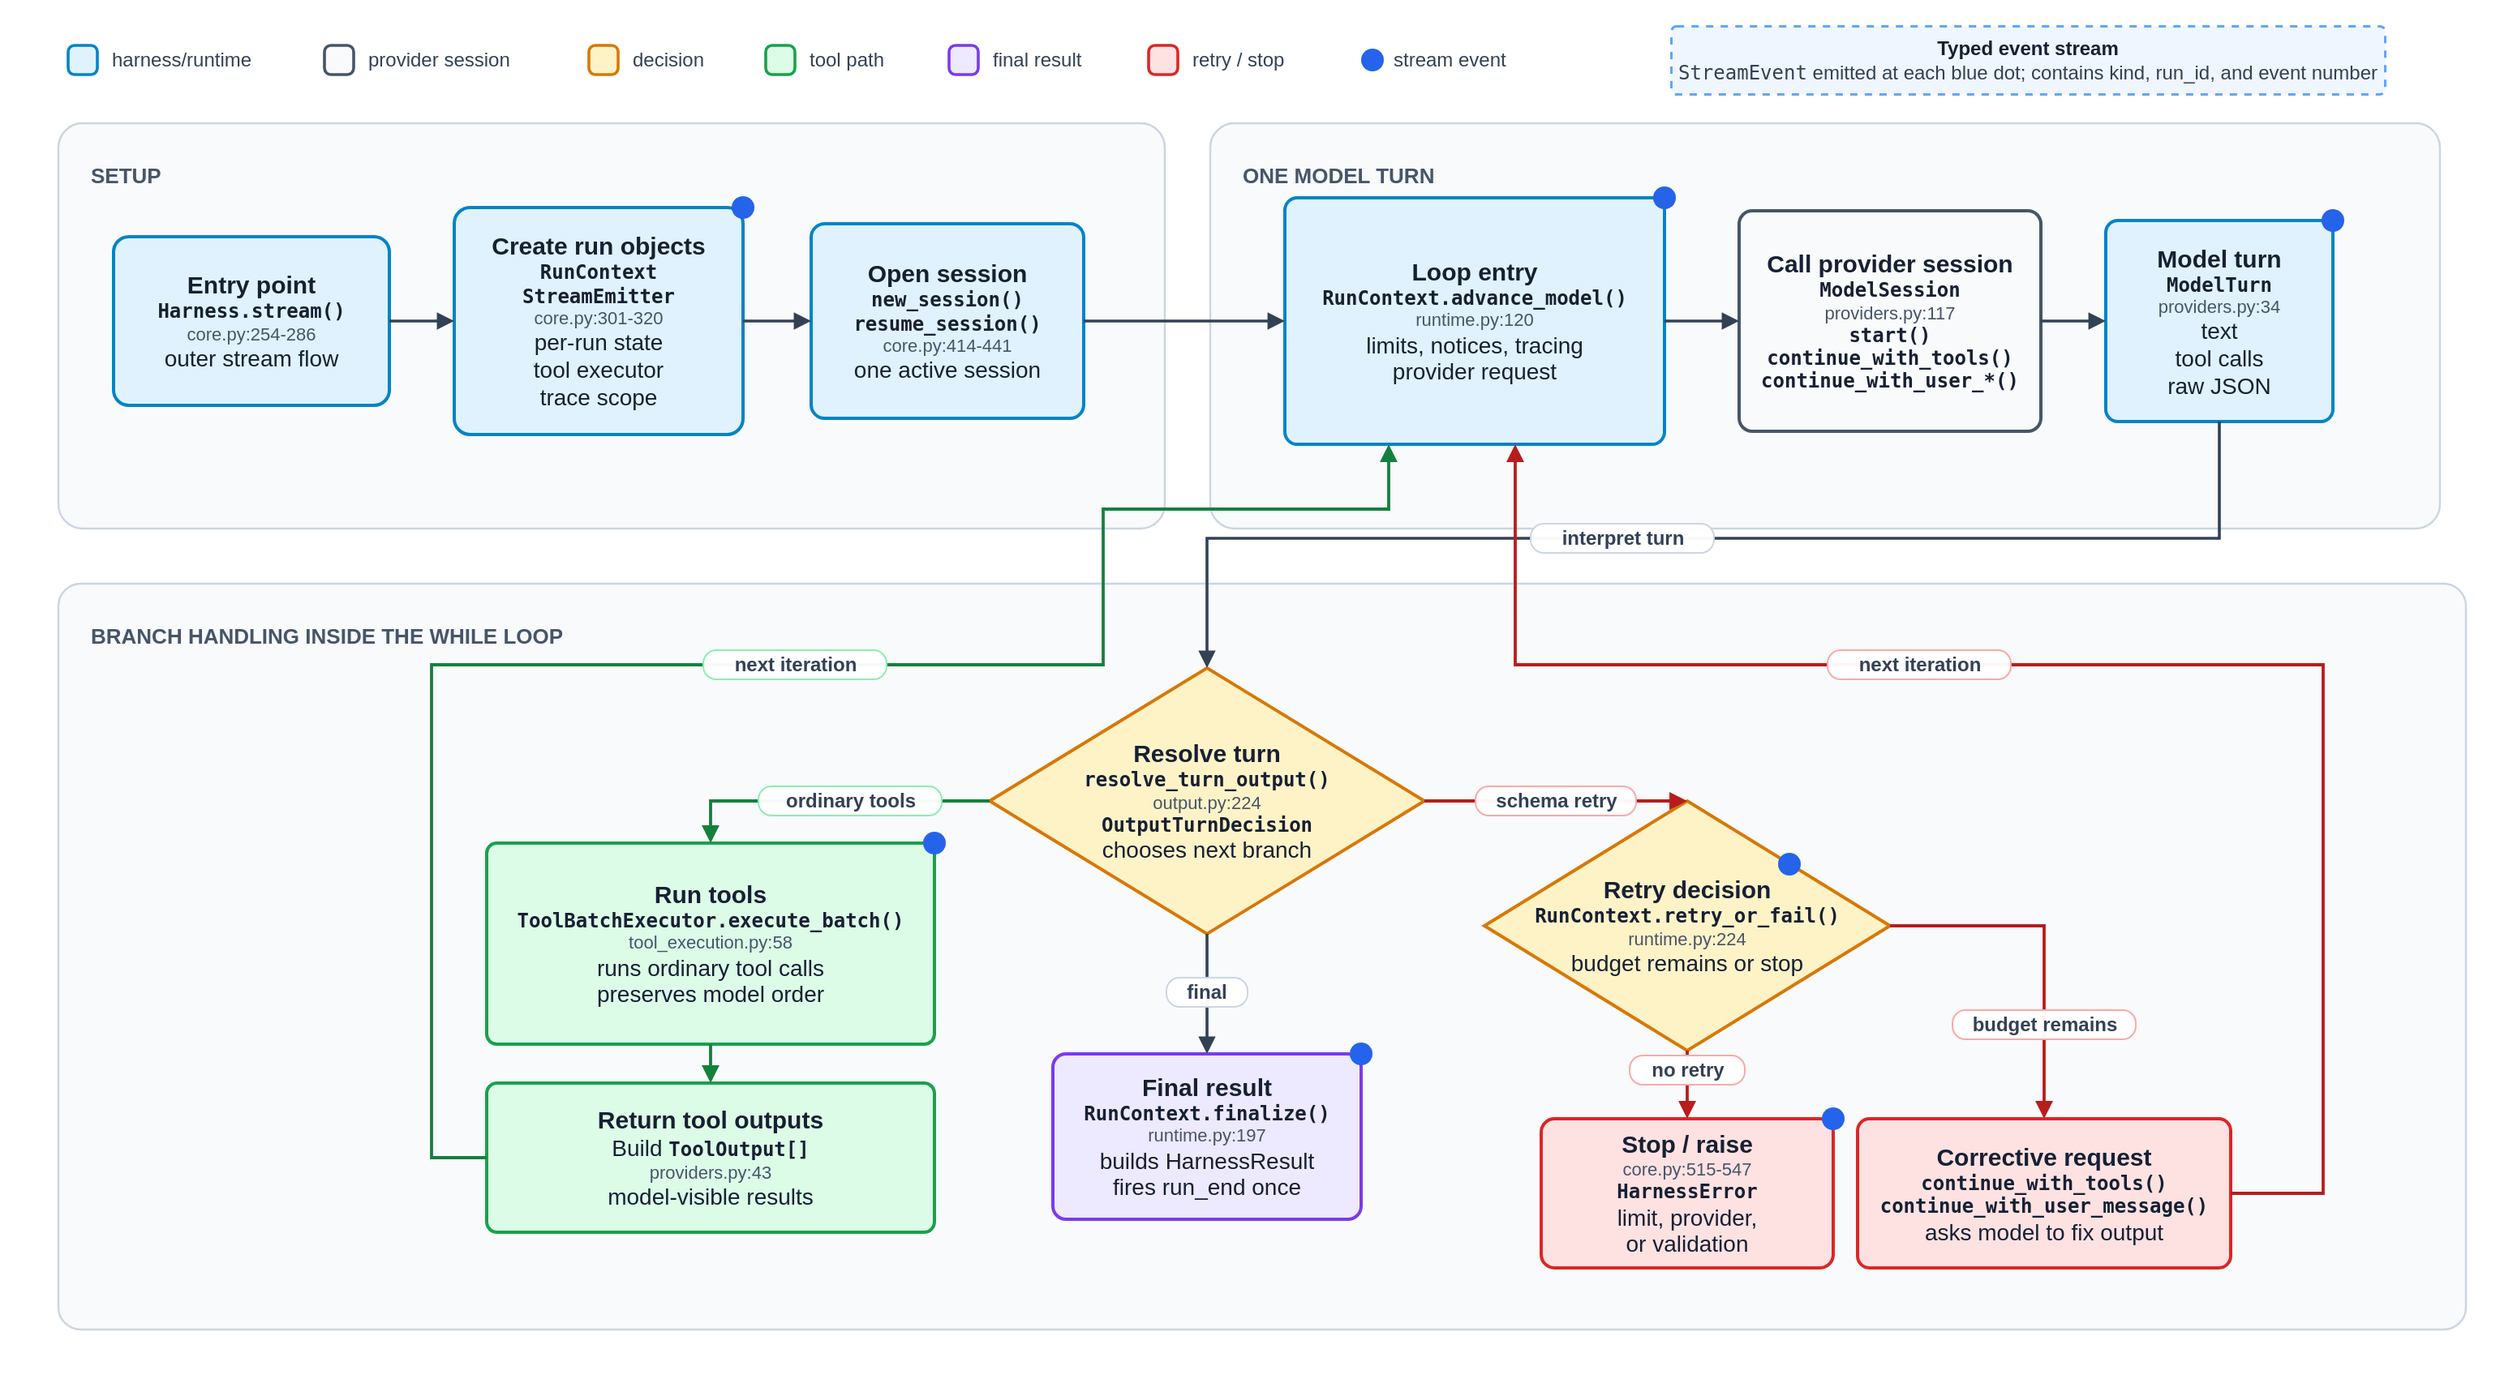
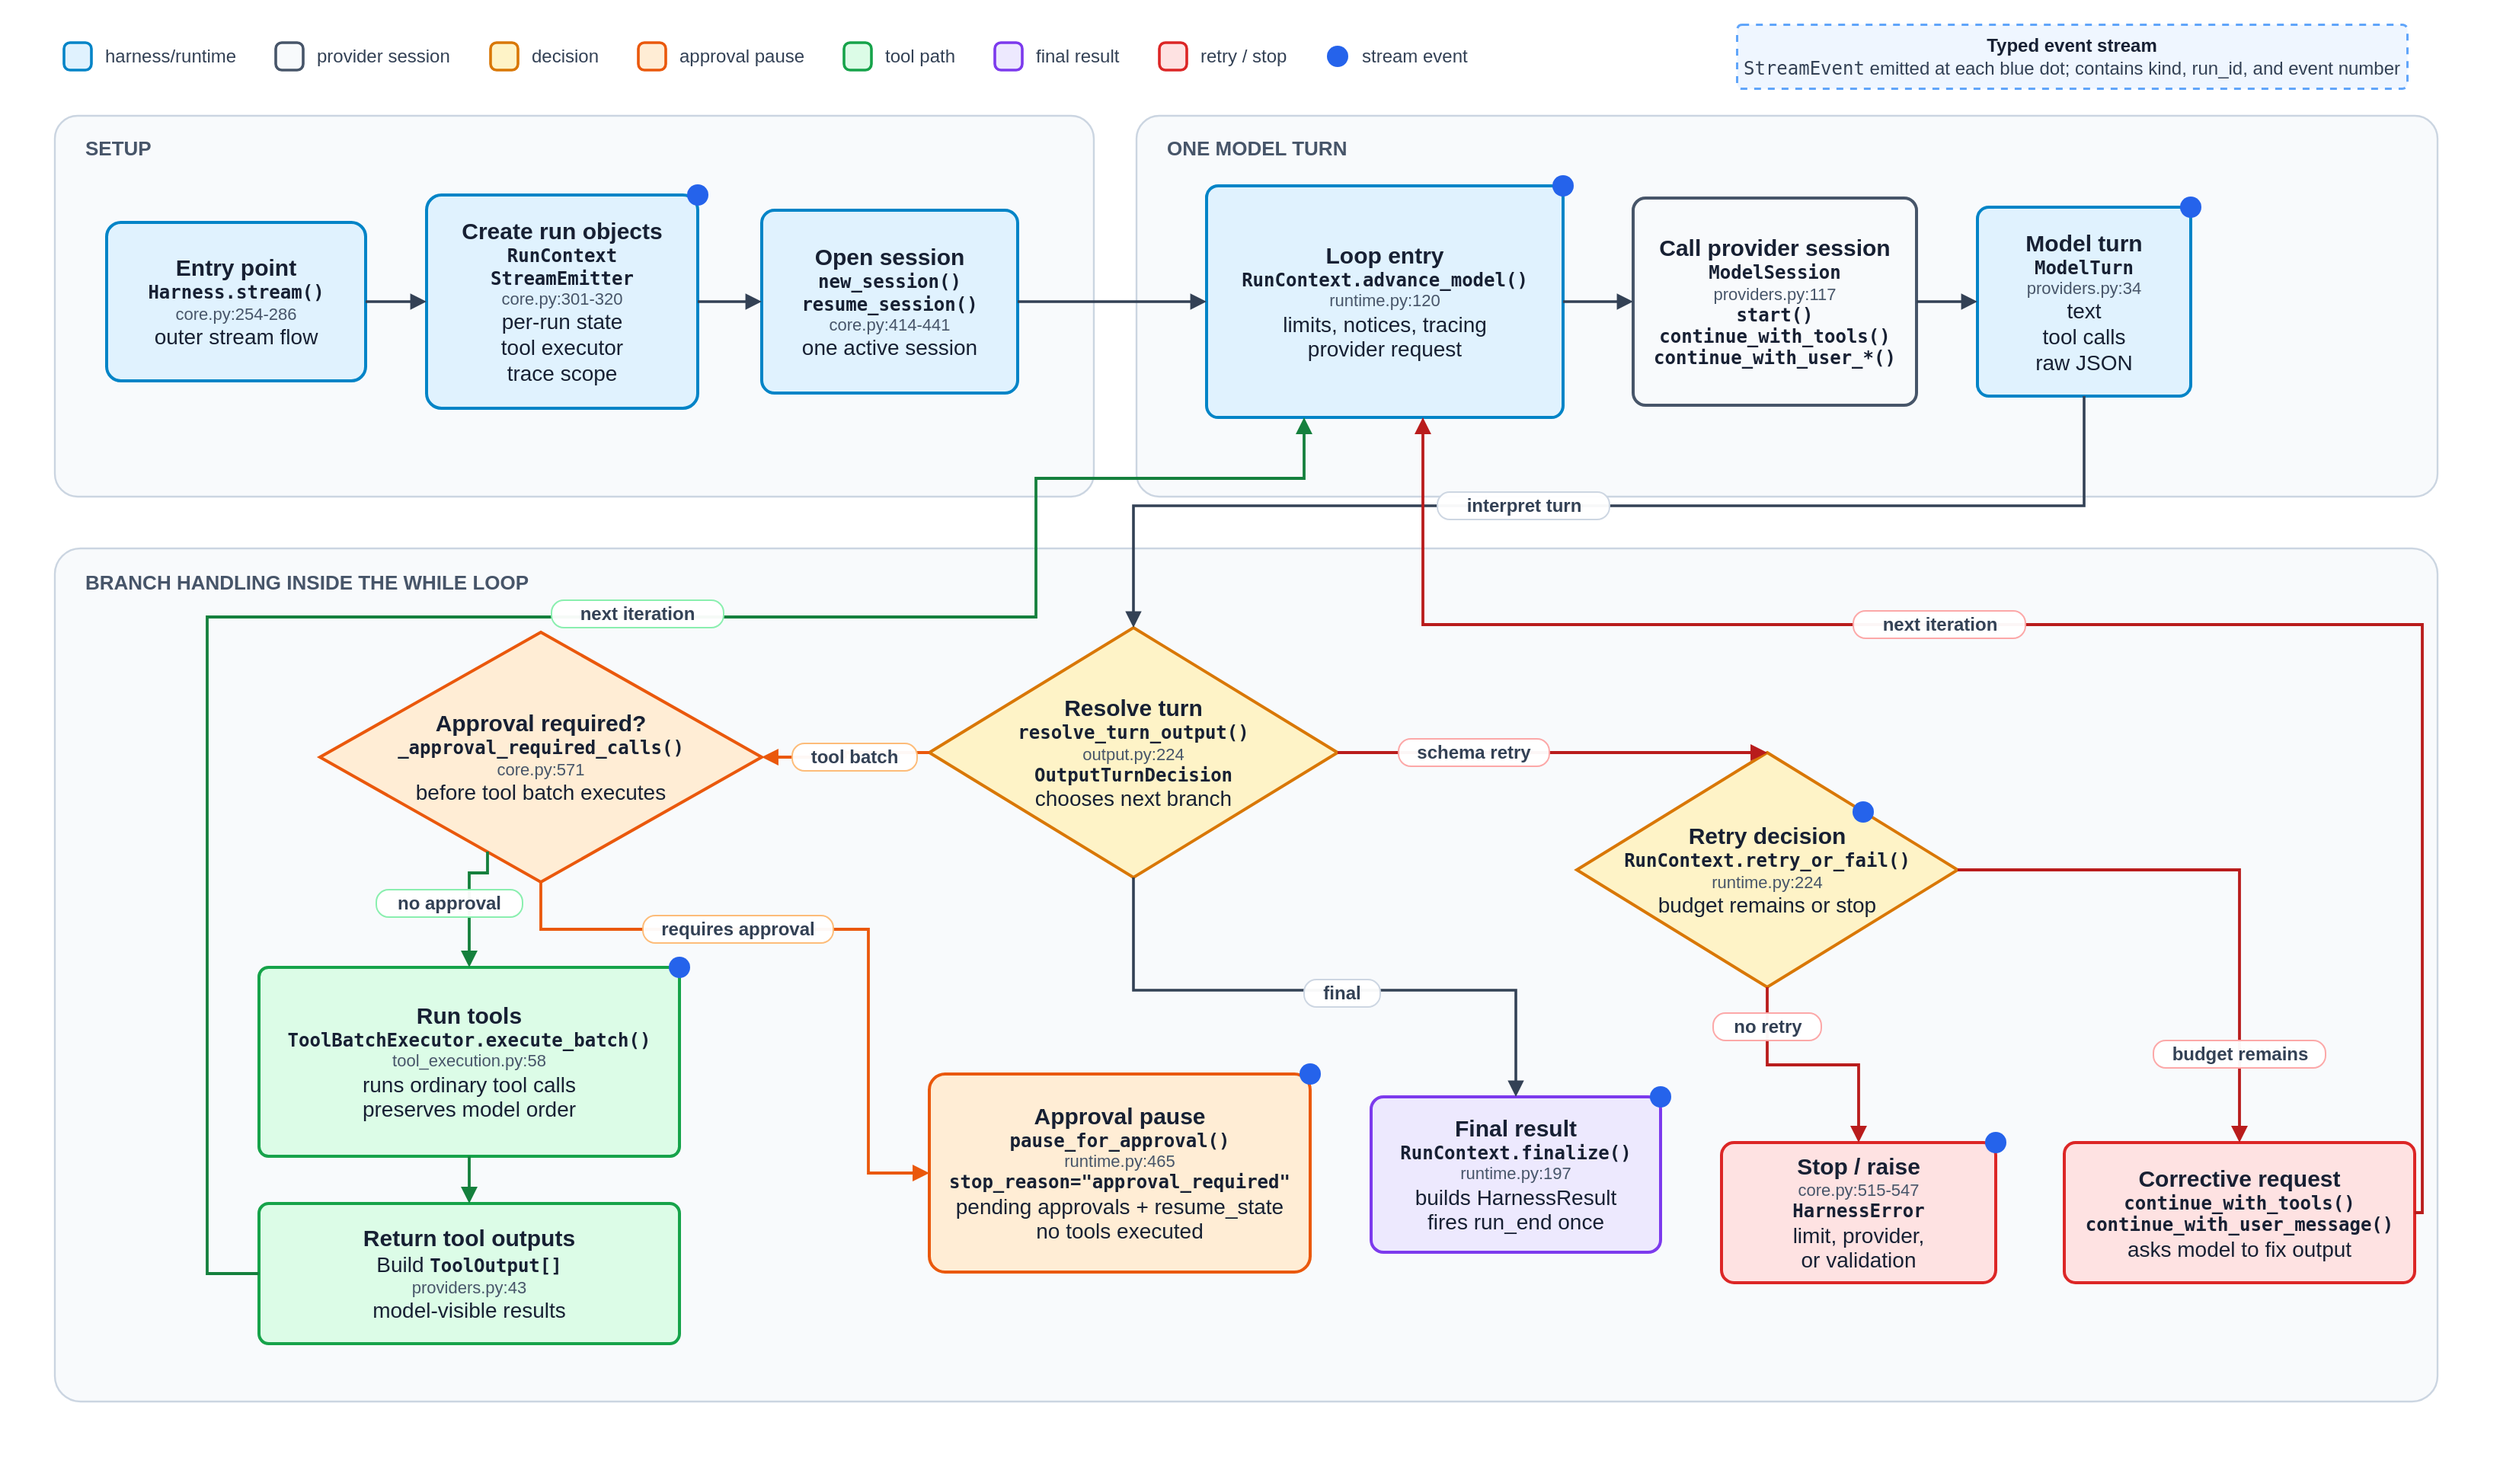
<mxfile host="Electron" agent="Codex">
  <diagram id="thinharness-run-loop" name="ThinHarness run loop">
-     <mxGraphModel dx="1542" dy="1342" grid="0" gridSize="10" guides="1" tooltips="1" connect="1" arrows="1" fold="1" page="1" pageScale="1" pageWidth="1540" pageHeight="860" math="0" shadow="0">
+     <mxGraphModel dx="1571" dy="901" grid="0" gridSize="10" guides="1" tooltips="1" connect="1" arrows="1" fold="1" page="1" pageScale="1" pageWidth="1640" pageHeight="960" math="0" shadow="0">
      <root>
        <mxCell id="0" />
        <mxCell id="1" parent="0" />
        <mxCell id="background" parent="1" style="rounded=0;whiteSpace=wrap;html=1;fillColor=#ffffff;strokeColor=none;" value="" vertex="1">
-           <mxGeometry height="860" width="1540" as="geometry" />
+           <mxGeometry height="960" width="1640" as="geometry" />
        </mxCell>
        <mxCell id="legend-runtime" parent="1" style="rounded=1;whiteSpace=wrap;html=1;arcSize=22;fillColor=#e0f2fe;strokeColor=#0284c7;strokeWidth=1.8;" value="" vertex="1">
          <mxGeometry height="18" width="18" x="42" y="28" as="geometry" />
        </mxCell>
        <mxCell id="legend-runtime-label" parent="1" style="text;html=1;strokeColor=none;fillColor=none;align=left;verticalAlign=middle;whiteSpace=wrap;rounded=0;fontFamily=Helvetica;fontSize=12;fontColor=#334155;spacing=0;" value="harness/runtime" vertex="1">
-           <mxGeometry height="18" width="103" x="69" y="28" as="geometry" />
+           <mxGeometry height="18" width="88" x="69" y="28" as="geometry" />
        </mxCell>
        <mxCell id="legend-provider" parent="1" style="rounded=1;whiteSpace=wrap;html=1;arcSize=22;fillColor=#f8fafc;strokeColor=#475569;strokeWidth=1.8;" value="" vertex="1">
-           <mxGeometry height="18" width="18" x="200" y="28" as="geometry" />
+           <mxGeometry height="18" width="18" x="181" y="28" as="geometry" />
        </mxCell>
        <mxCell id="legend-provider-label" parent="1" style="text;html=1;strokeColor=none;fillColor=none;align=left;verticalAlign=middle;whiteSpace=wrap;rounded=0;fontFamily=Helvetica;fontSize=12;fontColor=#334155;spacing=0;" value="provider session" vertex="1">
-           <mxGeometry height="18" width="108" x="227" y="28" as="geometry" />
+           <mxGeometry height="18" width="90" x="208" y="28" as="geometry" />
        </mxCell>
        <mxCell id="legend-decision" parent="1" style="rounded=1;whiteSpace=wrap;html=1;arcSize=22;fillColor=#fef3c7;strokeColor=#d97706;strokeWidth=1.8;" value="" vertex="1">
-           <mxGeometry height="18" width="18" x="363" y="28" as="geometry" />
+           <mxGeometry height="18" width="18" x="322" y="28" as="geometry" />
        </mxCell>
        <mxCell id="legend-decision-label" parent="1" style="text;html=1;strokeColor=none;fillColor=none;align=left;verticalAlign=middle;whiteSpace=wrap;rounded=0;fontFamily=Helvetica;fontSize=12;fontColor=#334155;spacing=0;" value="decision" vertex="1">
-           <mxGeometry height="18" width="54" x="390" y="28" as="geometry" />
+           <mxGeometry height="18" width="46" x="349" y="28" as="geometry" />
+         </mxCell>
+         <mxCell id="legend-approval" parent="1" style="rounded=1;whiteSpace=wrap;html=1;arcSize=22;fillColor=#ffedd5;strokeColor=#ea580c;strokeWidth=1.8;" value="" vertex="1">
+           <mxGeometry height="18" width="18" x="419" y="28" as="geometry" />
+         </mxCell>
+         <mxCell id="legend-approval-label" parent="1" style="text;html=1;strokeColor=none;fillColor=none;align=left;verticalAlign=middle;whiteSpace=wrap;rounded=0;fontFamily=Helvetica;fontSize=12;fontColor=#334155;spacing=0;" value="approval pause" vertex="1">
+           <mxGeometry height="18" width="84" x="446" y="28" as="geometry" />
        </mxCell>
        <mxCell id="legend-tool" parent="1" style="rounded=1;whiteSpace=wrap;html=1;arcSize=22;fillColor=#dcfce7;strokeColor=#16a34a;strokeWidth=1.8;" value="" vertex="1">
-           <mxGeometry height="18" width="18" x="472" y="28" as="geometry" />
+           <mxGeometry height="18" width="18" x="554" y="28" as="geometry" />
        </mxCell>
        <mxCell id="legend-tool-label" parent="1" style="text;html=1;strokeColor=none;fillColor=none;align=left;verticalAlign=middle;whiteSpace=wrap;rounded=0;fontFamily=Helvetica;fontSize=12;fontColor=#334155;spacing=0;" value="tool path" vertex="1">
-           <mxGeometry height="18" width="58" x="499" y="28" as="geometry" />
+           <mxGeometry height="18" width="48" x="581" y="28" as="geometry" />
        </mxCell>
        <mxCell id="legend-done" parent="1" style="rounded=1;whiteSpace=wrap;html=1;arcSize=22;fillColor=#ede9fe;strokeColor=#7c3aed;strokeWidth=1.8;" value="" vertex="1">
-           <mxGeometry height="18" width="18" x="585" y="28" as="geometry" />
+           <mxGeometry height="18" width="18" x="653" y="28" as="geometry" />
        </mxCell>
        <mxCell id="legend-done-label" parent="1" style="text;html=1;strokeColor=none;fillColor=none;align=left;verticalAlign=middle;whiteSpace=wrap;rounded=0;fontFamily=Helvetica;fontSize=12;fontColor=#334155;spacing=0;" value="final result" vertex="1">
-           <mxGeometry height="18" width="68" x="612" y="28" as="geometry" />
+           <mxGeometry height="18" width="57" x="680" y="28" as="geometry" />
        </mxCell>
        <mxCell id="legend-stop" parent="1" style="rounded=1;whiteSpace=wrap;html=1;arcSize=22;fillColor=#fee2e2;strokeColor=#dc2626;strokeWidth=1.8;" value="" vertex="1">
-           <mxGeometry height="18" width="18" x="708" y="28" as="geometry" />
+           <mxGeometry height="18" width="18" x="761" y="28" as="geometry" />
        </mxCell>
        <mxCell id="legend-stop-label" parent="1" style="text;html=1;strokeColor=none;fillColor=none;align=left;verticalAlign=middle;whiteSpace=wrap;rounded=0;fontFamily=Helvetica;fontSize=12;fontColor=#334155;spacing=0;" value="retry / stop" vertex="1">
-           <mxGeometry height="18" width="76" x="735" y="28" as="geometry" />
+           <mxGeometry height="18" width="59" x="788" y="28" as="geometry" />
        </mxCell>
        <mxCell id="legend-stream-event" parent="1" style="ellipse;whiteSpace=wrap;html=1;aspect=fixed;fillColor=#2563eb;strokeColor=none;" value="" vertex="1">
-           <mxGeometry height="14" width="14" x="839" y="30" as="geometry" />
+           <mxGeometry height="14" width="14" x="871" y="30" as="geometry" />
        </mxCell>
        <mxCell id="legend-stream-event-label" parent="1" style="text;html=1;strokeColor=none;fillColor=none;align=left;verticalAlign=middle;whiteSpace=wrap;rounded=0;fontFamily=Helvetica;fontSize=12;fontColor=#334155;spacing=0;" value="stream event" vertex="1">
-           <mxGeometry height="18" width="84" x="859" y="28" as="geometry" />
+           <mxGeometry height="18" width="72" x="894" y="28" as="geometry" />
        </mxCell>
        <mxCell id="stream-callout" parent="1" style="rounded=1;whiteSpace=wrap;html=1;arcSize=8;fillColor=#eff6ff;strokeColor=#60a5fa;strokeWidth=1.5;dashed=1;fontFamily=Helvetica;fontSize=12;fontColor=#334155;align=center;verticalAlign=middle;spacing=0;" value="&lt;div style=&quot;font-weight:700;color:#172033&quot;&gt;Typed event stream&lt;/div&gt;&lt;div&gt;&lt;span style=&quot;font-family:Menlo,Monaco,Consolas,monospace&quot;&gt;StreamEvent&lt;/span&gt; emitted at each blue dot; contains kind, run_id, and event number&lt;/div&gt;" vertex="1">
-           <mxGeometry height="42" width="440" x="1030" y="16" as="geometry" />
+           <mxGeometry height="42" width="440" x="1140" y="16" as="geometry" />
        </mxCell>
        <mxCell id="lane-setup" parent="1" style="rounded=1;whiteSpace=wrap;html=1;arcSize=6;fillColor=#f8fafc;strokeColor=#cbd5e1;strokeWidth=1.2;" value="" vertex="1">
          <mxGeometry height="250" width="682" x="36" y="76" as="geometry" />
        </mxCell>
        <mxCell id="lane-setup-title" parent="1" style="text;html=1;strokeColor=none;fillColor=none;align=left;verticalAlign=top;whiteSpace=wrap;rounded=0;fontFamily=Helvetica;fontSize=13;fontStyle=1;fontColor=#475569;spacing=0;" value="SETUP" vertex="1">
-           <mxGeometry height="20" width="80" x="56" y="96" as="geometry" />
+           <mxGeometry height="20" width="80" x="56" y="85" as="geometry" />
        </mxCell>
        <mxCell id="lane-turn" parent="1" style="rounded=1;whiteSpace=wrap;html=1;arcSize=6;fillColor=#f8fafc;strokeColor=#cbd5e1;strokeWidth=1.2;" value="" vertex="1">
-           <mxGeometry height="250" width="758" x="746" y="76" as="geometry" />
+           <mxGeometry height="250" width="854" x="746" y="76" as="geometry" />
        </mxCell>
        <mxCell id="lane-turn-title" parent="1" style="text;html=1;strokeColor=none;fillColor=none;align=left;verticalAlign=top;whiteSpace=wrap;rounded=0;fontFamily=Helvetica;fontSize=13;fontStyle=1;fontColor=#475569;spacing=0;" value="ONE MODEL TURN" vertex="1">
-           <mxGeometry height="20" width="140" x="766" y="96" as="geometry" />
+           <mxGeometry height="20" width="140" x="766" y="85" as="geometry" />
        </mxCell>
        <mxCell id="lane-branch" parent="1" style="rounded=1;whiteSpace=wrap;html=1;arcSize=3;fillColor=#f8fafc;strokeColor=#cbd5e1;strokeWidth=1.2;" value="" vertex="1">
-           <mxGeometry height="460" width="1484" x="36" y="360" as="geometry" />
+           <mxGeometry height="560" width="1564" x="36" y="360" as="geometry" />
        </mxCell>
        <mxCell id="lane-branch-title" parent="1" style="text;html=1;strokeColor=none;fillColor=none;align=left;verticalAlign=top;whiteSpace=wrap;rounded=0;fontFamily=Helvetica;fontSize=13;fontStyle=1;fontColor=#475569;spacing=0;" value="BRANCH HANDLING INSIDE THE WHILE LOOP" vertex="1">
-           <mxGeometry height="20" width="330" x="56" y="380" as="geometry" />
+           <mxGeometry height="20" width="330" x="56" y="370" as="geometry" />
        </mxCell>
        <mxCell id="run" parent="1" style="rounded=1;whiteSpace=wrap;html=1;arcSize=9;fillColor=#e0f2fe;strokeColor=#0284c7;strokeWidth=2;fontFamily=Helvetica;fontSize=14;fontColor=#172033;align=center;verticalAlign=middle;spacing=0;" value="&lt;div style=&quot;font-size:15px;font-weight:700&quot;&gt;Entry point&lt;/div&gt;&lt;div style=&quot;font-family:Menlo,Monaco,Consolas,monospace;font-size:12px;font-weight:650&quot;&gt;Harness.stream()&lt;/div&gt;&lt;div style=&quot;color:#475569;font-size:11px&quot;&gt;core.py:254-286&lt;/div&gt;&lt;div&gt;outer stream flow&lt;/div&gt;" vertex="1">
          <mxGeometry height="104" width="170" x="70" y="146" as="geometry" />
        </mxCell>
        <mxCell id="objects" parent="1" style="rounded=1;whiteSpace=wrap;html=1;arcSize=7;fillColor=#e0f2fe;strokeColor=#0284c7;strokeWidth=2;fontFamily=Helvetica;fontSize=14;fontColor=#172033;align=center;verticalAlign=middle;spacing=0;" value="&lt;div style=&quot;font-size:15px;font-weight:700&quot;&gt;Create run objects&lt;/div&gt;&lt;div style=&quot;font-family:Menlo,Monaco,Consolas,monospace;font-size:12px;font-weight:650&quot;&gt;RunContext&lt;/div&gt;&lt;div style=&quot;font-family:Menlo,Monaco,Consolas,monospace;font-size:12px;font-weight:650&quot;&gt;StreamEmitter&lt;/div&gt;&lt;div style=&quot;color:#475569;font-size:11px&quot;&gt;core.py:301-320&lt;/div&gt;&lt;div&gt;per-run state&lt;/div&gt;&lt;div&gt;tool executor&lt;/div&gt;&lt;div&gt;trace scope&lt;/div&gt;" vertex="1">
          <mxGeometry height="140" width="178" x="280" y="128" as="geometry" />
        </mxCell>
        <mxCell id="active" parent="1" style="rounded=1;whiteSpace=wrap;html=1;arcSize=7;fillColor=#e0f2fe;strokeColor=#0284c7;strokeWidth=2;fontFamily=Helvetica;fontSize=14;fontColor=#172033;align=center;verticalAlign=middle;spacing=0;" value="&lt;div style=&quot;font-size:15px;font-weight:700&quot;&gt;Open session&lt;/div&gt;&lt;div style=&quot;font-family:Menlo,Monaco,Consolas,monospace;font-size:12px;font-weight:650&quot;&gt;new_session()&lt;/div&gt;&lt;div style=&quot;font-family:Menlo,Monaco,Consolas,monospace;font-size:12px;font-weight:650&quot;&gt;resume_session()&lt;/div&gt;&lt;div style=&quot;color:#475569;font-size:11px&quot;&gt;core.py:414-441&lt;/div&gt;&lt;div&gt;one active session&lt;/div&gt;" vertex="1">
          <mxGeometry height="120" width="168" x="500" y="138" as="geometry" />
        </mxCell>
        <mxCell id="advance" parent="1" style="rounded=1;whiteSpace=wrap;html=1;arcSize=5;fillColor=#e0f2fe;strokeColor=#0284c7;strokeWidth=2;fontFamily=Helvetica;fontSize=14;fontColor=#172033;align=center;verticalAlign=middle;spacing=0;" value="&lt;div style=&quot;font-size:15px;font-weight:700&quot;&gt;Loop entry&lt;/div&gt;&lt;div style=&quot;font-family:Menlo,Monaco,Consolas,monospace;font-size:12px;font-weight:650&quot;&gt;RunContext.advance_model()&lt;/div&gt;&lt;div style=&quot;color:#475569;font-size:11px&quot;&gt;runtime.py:120&lt;/div&gt;&lt;div&gt;limits, notices, tracing&lt;/div&gt;&lt;div&gt;provider request&lt;/div&gt;" vertex="1">
          <mxGeometry height="152" width="234" x="792" y="122" as="geometry" />
        </mxCell>
        <mxCell id="session" parent="1" style="rounded=1;whiteSpace=wrap;html=1;arcSize=6;fillColor=#f8fafc;strokeColor=#475569;strokeWidth=2;fontFamily=Helvetica;fontSize=14;fontColor=#172033;align=center;verticalAlign=middle;spacing=0;" value="&lt;div style=&quot;font-size:15px;font-weight:700&quot;&gt;Call provider session&lt;/div&gt;&lt;div style=&quot;font-family:Menlo,Monaco,Consolas,monospace;font-size:12px;font-weight:650&quot;&gt;ModelSession&lt;/div&gt;&lt;div style=&quot;color:#475569;font-size:11px&quot;&gt;providers.py:117&lt;/div&gt;&lt;div style=&quot;font-family:Menlo,Monaco,Consolas,monospace;font-size:12px;font-weight:650&quot;&gt;start()&lt;/div&gt;&lt;div style=&quot;font-family:Menlo,Monaco,Consolas,monospace;font-size:12px;font-weight:650&quot;&gt;continue_with_tools()&lt;/div&gt;&lt;div style=&quot;font-family:Menlo,Monaco,Consolas,monospace;font-size:12px;font-weight:650&quot;&gt;continue_with_user_*()&lt;/div&gt;" vertex="1">
          <mxGeometry height="136" width="186" x="1072" y="130" as="geometry" />
        </mxCell>
        <mxCell id="turn" parent="1" style="rounded=1;whiteSpace=wrap;html=1;arcSize=6;fillColor=#e0f2fe;strokeColor=#0284c7;strokeWidth=2;fontFamily=Helvetica;fontSize=14;fontColor=#172033;align=center;verticalAlign=middle;spacing=0;" value="&lt;div style=&quot;font-size:15px;font-weight:700&quot;&gt;Model turn&lt;/div&gt;&lt;div style=&quot;font-family:Menlo,Monaco,Consolas,monospace;font-size:12px;font-weight:650&quot;&gt;ModelTurn&lt;/div&gt;&lt;div style=&quot;color:#475569;font-size:11px&quot;&gt;providers.py:34&lt;/div&gt;&lt;div&gt;text&lt;/div&gt;&lt;div&gt;tool calls&lt;/div&gt;&lt;div&gt;raw JSON&lt;/div&gt;" vertex="1">
          <mxGeometry height="124" width="140" x="1298" y="136" as="geometry" />
        </mxCell>
        <mxCell id="decide" parent="1" style="rhombus;whiteSpace=wrap;html=1;fillColor=#fef3c7;strokeColor=#d97706;strokeWidth=2;fontFamily=Helvetica;fontSize=14;fontColor=#172033;align=center;verticalAlign=middle;spacing=0;" value="&lt;div style=&quot;font-size:15px;font-weight:700&quot;&gt;Resolve turn&lt;/div&gt;&lt;div style=&quot;font-family:Menlo,Monaco,Consolas,monospace;font-size:12px;font-weight:650&quot;&gt;resolve_turn_output()&lt;/div&gt;&lt;div style=&quot;color:#475569;font-size:11px&quot;&gt;output.py:224&lt;/div&gt;&lt;div style=&quot;font-family:Menlo,Monaco,Consolas,monospace;font-size:12px;font-weight:650&quot;&gt;OutputTurnDecision&lt;/div&gt;&lt;div&gt;chooses next branch&lt;/div&gt;" vertex="1">
          <mxGeometry height="164" width="268" x="610" y="412" as="geometry" />
        </mxCell>
+         <mxCell id="approvalGate" parent="1" style="rhombus;whiteSpace=wrap;html=1;fillColor=#ffedd5;strokeColor=#ea580c;strokeWidth=2;fontFamily=Helvetica;fontSize=14;fontColor=#172033;align=center;verticalAlign=middle;spacing=0;" value="&lt;div style=&quot;font-size:15px;font-weight:700&quot;&gt;Approval required?&lt;/div&gt;&lt;div style=&quot;font-family:Menlo,Monaco,Consolas,monospace;font-size:12px;font-weight:650&quot;&gt;_approval_required_calls()&lt;/div&gt;&lt;div style=&quot;color:#475569;font-size:11px&quot;&gt;core.py:571&lt;/div&gt;&lt;div&gt;before tool batch executes&lt;/div&gt;" vertex="1">
+           <mxGeometry height="164" width="290" x="210" y="415" as="geometry" />
+         </mxCell>
        <mxCell id="final" parent="1" style="rounded=1;whiteSpace=wrap;html=1;arcSize=8;fillColor=#ede9fe;strokeColor=#7c3aed;strokeWidth=2;fontFamily=Helvetica;fontSize=14;fontColor=#172033;align=center;verticalAlign=middle;spacing=0;" value="&lt;div style=&quot;font-size:15px;font-weight:700&quot;&gt;Final result&lt;/div&gt;&lt;div style=&quot;font-family:Menlo,Monaco,Consolas,monospace;font-size:12px;font-weight:650&quot;&gt;RunContext.finalize()&lt;/div&gt;&lt;div style=&quot;color:#475569;font-size:11px&quot;&gt;runtime.py:197&lt;/div&gt;&lt;div&gt;builds HarnessResult&lt;/div&gt;&lt;div&gt;fires run_end once&lt;/div&gt;" vertex="1">
-           <mxGeometry height="102" width="190" x="649" y="650" as="geometry" />
+           <mxGeometry height="102" width="190" x="900" y="720" as="geometry" />
+         </mxCell>
+         <mxCell id="approvalPause" parent="1" style="rounded=1;whiteSpace=wrap;html=1;arcSize=8;fillColor=#ffedd5;strokeColor=#ea580c;strokeWidth=2;fontFamily=Helvetica;fontSize=14;fontColor=#172033;align=center;verticalAlign=middle;spacing=0;" value="&lt;div style=&quot;font-size:15px;font-weight:700&quot;&gt;Approval pause&lt;/div&gt;&lt;div style=&quot;font-family:Menlo,Monaco,Consolas,monospace;font-size:12px;font-weight:650&quot;&gt;pause_for_approval()&lt;/div&gt;&lt;div style=&quot;color:#475569;font-size:11px&quot;&gt;runtime.py:465&lt;/div&gt;&lt;div style=&quot;font-family:Menlo,Monaco,Consolas,monospace;font-size:12px;font-weight:650&quot;&gt;stop_reason=&amp;quot;approval_required&amp;quot;&lt;/div&gt;&lt;div&gt;pending approvals + resume_state&lt;/div&gt;&lt;div&gt;no tools executed&lt;/div&gt;" vertex="1">
+           <mxGeometry height="130" width="250" x="610" y="705" as="geometry" />
        </mxCell>
        <mxCell id="tools" parent="1" style="rounded=1;whiteSpace=wrap;html=1;arcSize=5;fillColor=#dcfce7;strokeColor=#16a34a;strokeWidth=2;fontFamily=Helvetica;fontSize=14;fontColor=#172033;align=center;verticalAlign=middle;spacing=0;" value="&lt;div style=&quot;font-size:15px;font-weight:700&quot;&gt;Run tools&lt;/div&gt;&lt;div style=&quot;font-family:Menlo,Monaco,Consolas,monospace;font-size:12px;font-weight:650&quot;&gt;ToolBatchExecutor.execute_batch()&lt;/div&gt;&lt;div style=&quot;color:#475569;font-size:11px&quot;&gt;tool_execution.py:58&lt;/div&gt;&lt;div&gt;runs ordinary tool calls&lt;/div&gt;&lt;div&gt;preserves model order&lt;/div&gt;" vertex="1">
-           <mxGeometry height="124" width="276" x="300" y="520" as="geometry" />
+           <mxGeometry height="124" width="276" x="170" y="635" as="geometry" />
        </mxCell>
        <mxCell id="toolOutput" parent="1" style="rounded=1;whiteSpace=wrap;html=1;arcSize=7;fillColor=#dcfce7;strokeColor=#16a34a;strokeWidth=2;fontFamily=Helvetica;fontSize=14;fontColor=#172033;align=center;verticalAlign=middle;spacing=0;" value="&lt;div style=&quot;font-size:15px;font-weight:700&quot;&gt;Return tool outputs&lt;/div&gt;&lt;div&gt;Build &lt;span style=&quot;font-family:Menlo,Monaco,Consolas,monospace;font-size:12px;font-weight:650&quot;&gt;ToolOutput[]&lt;/span&gt;&lt;/div&gt;&lt;div style=&quot;color:#475569;font-size:11px&quot;&gt;providers.py:43&lt;/div&gt;&lt;div&gt;model-visible results&lt;/div&gt;" vertex="1">
-           <mxGeometry height="92" width="276" x="300" y="668" as="geometry" />
+           <mxGeometry height="92" width="276" x="170" y="790" as="geometry" />
        </mxCell>
        <mxCell id="retry" parent="1" style="rhombus;whiteSpace=wrap;html=1;fillColor=#fef3c7;strokeColor=#d97706;strokeWidth=2;fontFamily=Helvetica;fontSize=14;fontColor=#172033;align=center;verticalAlign=middle;spacing=0;" value="&lt;div style=&quot;font-size:15px;font-weight:700&quot;&gt;Retry decision&lt;/div&gt;&lt;div style=&quot;font-family:Menlo,Monaco,Consolas,monospace;font-size:12px;font-weight:650&quot;&gt;RunContext.retry_or_fail()&lt;/div&gt;&lt;div style=&quot;color:#475569;font-size:11px&quot;&gt;runtime.py:224&lt;/div&gt;&lt;div&gt;budget remains or stop&lt;/div&gt;" vertex="1">
-           <mxGeometry height="154" width="250" x="915" y="494" as="geometry" />
+           <mxGeometry height="154" width="250" x="1035" y="494" as="geometry" />
        </mxCell>
        <mxCell id="stop" parent="1" style="rounded=1;whiteSpace=wrap;html=1;arcSize=9;fillColor=#fee2e2;strokeColor=#dc2626;strokeWidth=2;fontFamily=Helvetica;fontSize=14;fontColor=#172033;align=center;verticalAlign=middle;spacing=0;" value="&lt;div style=&quot;font-size:15px;font-weight:700&quot;&gt;Stop / raise&lt;/div&gt;&lt;div style=&quot;color:#475569;font-size:11px&quot;&gt;core.py:515-547&lt;/div&gt;&lt;div style=&quot;font-family:Menlo,Monaco,Consolas,monospace;font-size:12px;font-weight:650&quot;&gt;HarnessError&lt;/div&gt;&lt;div&gt;limit, provider,&lt;/div&gt;&lt;div&gt;or validation&lt;/div&gt;" vertex="1">
-           <mxGeometry height="92" width="180" x="950" y="690" as="geometry" />
+           <mxGeometry height="92" width="180" x="1130" y="750" as="geometry" />
        </mxCell>
        <mxCell id="corrective" parent="1" style="rounded=1;whiteSpace=wrap;html=1;arcSize=8;fillColor=#fee2e2;strokeColor=#dc2626;strokeWidth=2;fontFamily=Helvetica;fontSize=14;fontColor=#172033;align=center;verticalAlign=middle;spacing=0;" value="&lt;div style=&quot;font-size:15px;font-weight:700&quot;&gt;Corrective request&lt;/div&gt;&lt;div style=&quot;font-family:Menlo,Monaco,Consolas,monospace;font-size:12px;font-weight:650&quot;&gt;continue_with_tools()&lt;/div&gt;&lt;div style=&quot;font-family:Menlo,Monaco,Consolas,monospace;font-size:12px;font-weight:650&quot;&gt;continue_with_user_message()&lt;/div&gt;&lt;div&gt;asks model to fix output&lt;/div&gt;" vertex="1">
-           <mxGeometry height="92" width="230" x="1145" y="690" as="geometry" />
+           <mxGeometry height="92" width="230" x="1355" y="750" as="geometry" />
        </mxCell>
        <mxCell id="e-run-objects" edge="1" parent="1" source="run" style="endArrow=block;html=1;rounded=0;strokeColor=#334155;strokeWidth=1.8;endFill=1;" target="objects" value="">
          <mxGeometry relative="1" as="geometry" />
        </mxCell>
        <mxCell id="e-objects-active" edge="1" parent="1" source="objects" style="endArrow=block;html=1;rounded=0;strokeColor=#334155;strokeWidth=1.8;endFill=1;" target="active" value="">
          <mxGeometry relative="1" as="geometry" />
        </mxCell>
        <mxCell id="e-active-advance" edge="1" parent="1" source="active" style="endArrow=block;html=1;rounded=0;strokeColor=#334155;strokeWidth=1.8;endFill=1;" target="advance" value="">
          <mxGeometry relative="1" as="geometry" />
        </mxCell>
        <mxCell id="e-advance-session" edge="1" parent="1" source="advance" style="endArrow=block;html=1;rounded=0;strokeColor=#334155;strokeWidth=1.8;endFill=1;" target="session" value="">
          <mxGeometry relative="1" as="geometry" />
        </mxCell>
        <mxCell id="e-session-turn" edge="1" parent="1" source="session" style="endArrow=block;html=1;rounded=0;strokeColor=#334155;strokeWidth=1.8;endFill=1;" target="turn" value="">
          <mxGeometry relative="1" as="geometry" />
        </mxCell>
        <mxCell id="e-turn-decide" edge="1" parent="1" source="turn" style="edgeStyle=orthogonalEdgeStyle;rounded=0;orthogonalLoop=1;jettySize=auto;endArrow=block;html=1;strokeColor=#334155;strokeWidth=1.8;endFill=1;exitX=0.5;exitY=1;entryX=0.5;entryY=0;" target="decide" value="">
          <mxGeometry relative="1" as="geometry">
            <Array as="points">
              <mxPoint x="1368" y="332" />
              <mxPoint x="744" y="332" />
            </Array>
          </mxGeometry>
        </mxCell>
-         <mxCell id="e-decide-final" edge="1" parent="1" source="decide" style="endArrow=block;html=1;rounded=0;strokeColor=#334155;strokeWidth=1.8;endFill=1;exitX=0.5;exitY=1;entryX=0.5;entryY=0;" target="final" value="">
-           <mxGeometry relative="1" as="geometry" />
-         </mxCell>
-         <mxCell id="e-decide-tools" edge="1" parent="1" source="decide" style="edgeStyle=orthogonalEdgeStyle;rounded=0;orthogonalLoop=1;jettySize=auto;endArrow=block;html=1;strokeColor=#15803d;strokeWidth=1.9;endFill=1;exitX=0;exitY=0.5;entryX=0.5;entryY=0;" target="tools" value="">
-           <mxGeometry relative="1" as="geometry">
-             <Array as="points">
-               <mxPoint x="438" y="494" />
+         <mxCell id="e-decide-final" edge="1" parent="1" source="decide" style="edgeStyle=orthogonalEdgeStyle;rounded=0;orthogonalLoop=1;jettySize=auto;endArrow=block;html=1;strokeColor=#334155;strokeWidth=1.8;endFill=1;exitX=0.5;exitY=1;entryX=0.5;entryY=0;" target="final" value="">
+           <mxGeometry relative="1" as="geometry">
+             <Array as="points">
+               <mxPoint x="744" y="650" />
+               <mxPoint x="995" y="650" />
+             </Array>
+           </mxGeometry>
+         </mxCell>
+         <mxCell id="e-decide-approval-gate" edge="1" parent="1" source="decide" style="edgeStyle=orthogonalEdgeStyle;rounded=0;orthogonalLoop=1;jettySize=auto;endArrow=block;html=1;strokeColor=#ea580c;strokeWidth=1.9;endFill=1;exitX=0;exitY=0.5;entryX=1;entryY=0.5;" target="approvalGate" value="">
+           <mxGeometry relative="1" as="geometry" />
+         </mxCell>
+         <mxCell id="e-approval-gate-tools" edge="1" parent="1" style="edgeStyle=orthogonalEdgeStyle;rounded=0;orthogonalLoop=1;jettySize=auto;endArrow=block;html=1;strokeColor=#15803d;strokeWidth=1.9;endFill=1;entryX=0.5;entryY=0;" target="tools" value="">
+           <mxGeometry relative="1" as="geometry">
+             <Array as="points">
+               <mxPoint x="320" y="573" />
+               <mxPoint x="308" y="573" />
+             </Array>
+             <mxPoint x="320" y="559" as="sourcePoint" />
+           </mxGeometry>
+         </mxCell>
+         <mxCell id="e-approval-gate-pause" edge="1" parent="1" source="approvalGate" style="edgeStyle=orthogonalEdgeStyle;rounded=0;orthogonalLoop=1;jettySize=auto;endArrow=block;html=1;strokeColor=#ea580c;strokeWidth=1.9;endFill=1;exitX=0.5;exitY=1;entryX=0;entryY=0.5;" target="approvalPause" value="">
+           <mxGeometry relative="1" as="geometry">
+             <Array as="points">
+               <mxPoint x="355" y="610" />
+               <mxPoint x="570" y="610" />
+               <mxPoint x="570" y="770" />
            </Array>
          </mxGeometry>
        </mxCell>
        <mxCell id="e-decide-retry" edge="1" parent="1" source="decide" style="endArrow=block;html=1;rounded=0;strokeColor=#b91c1c;strokeWidth=1.9;endFill=1;exitX=1;exitY=0.5;entryX=0.5;entryY=0;" target="retry" value="">
          <mxGeometry relative="1" as="geometry" />
        </mxCell>
        <mxCell id="e-tools-tool-output" edge="1" parent="1" source="tools" style="endArrow=block;html=1;rounded=0;strokeColor=#15803d;strokeWidth=1.9;endFill=1;exitX=0.5;exitY=1;entryX=0.5;entryY=0;" target="toolOutput" value="">
          <mxGeometry relative="1" as="geometry" />
        </mxCell>
        <mxCell id="e-tool-output-advance" edge="1" parent="1" source="toolOutput" style="edgeStyle=orthogonalEdgeStyle;rounded=0;orthogonalLoop=1;jettySize=auto;endArrow=block;html=1;strokeColor=#15803d;strokeWidth=1.9;endFill=1;exitX=0;exitY=0.5;entryX=0.2735;entryY=1;" target="advance" value="">
          <mxGeometry relative="1" as="geometry">
            <Array as="points">
-               <mxPoint x="266" y="714" />
-               <mxPoint x="266" y="410" />
-               <mxPoint x="680" y="410" />
+               <mxPoint x="136" y="836" />
+               <mxPoint x="136" y="405" />
+               <mxPoint x="680" y="405" />
              <mxPoint x="680" y="314" />
              <mxPoint x="856" y="314" />
            </Array>
          </mxGeometry>
        </mxCell>
        <mxCell id="e-retry-corrective" edge="1" parent="1" source="retry" style="edgeStyle=orthogonalEdgeStyle;rounded=0;orthogonalLoop=1;jettySize=auto;endArrow=block;html=1;strokeColor=#b91c1c;strokeWidth=1.9;endFill=1;exitX=1;exitY=0.5;entryX=0.5;entryY=0;" target="corrective" value="">
          <mxGeometry relative="1" as="geometry">
            <Array as="points">
-               <mxPoint x="1260" y="571" />
-             </Array>
-           </mxGeometry>
-         </mxCell>
-         <mxCell id="e-retry-stop" edge="1" parent="1" source="retry" style="endArrow=block;html=1;rounded=0;strokeColor=#b91c1c;strokeWidth=1.9;endFill=1;exitX=0.5;exitY=1;entryX=0.5;entryY=0;" target="stop" value="">
+               <mxPoint x="1470" y="571" />
+             </Array>
+           </mxGeometry>
+         </mxCell>
+         <mxCell id="e-retry-stop" edge="1" parent="1" source="retry" style="endArrow=block;html=1;rounded=0;strokeColor=#b91c1c;strokeWidth=1.9;endFill=1;exitX=0.5;exitY=1;entryX=0.5;entryY=0;edgeStyle=orthogonalEdgeStyle;" target="stop" value="">
          <mxGeometry relative="1" as="geometry" />
        </mxCell>
        <mxCell id="e-corrective-advance" edge="1" parent="1" source="corrective" style="edgeStyle=orthogonalEdgeStyle;rounded=0;orthogonalLoop=1;jettySize=auto;endArrow=block;html=1;strokeColor=#b91c1c;strokeWidth=1.9;endFill=1;exitX=1;exitY=0.5;entryX=0.6068;entryY=1;" target="advance" value="">
          <mxGeometry relative="1" as="geometry">
            <Array as="points">
-               <mxPoint x="1432" y="736" />
-               <mxPoint x="1432" y="410" />
+               <mxPoint x="1590" y="796" />
+               <mxPoint x="1590" y="410" />
              <mxPoint x="934" y="410" />
            </Array>
          </mxGeometry>
        </mxCell>
        <mxCell id="label-interpret-turn" parent="1" style="rounded=1;whiteSpace=wrap;html=1;arcSize=45;fillColor=#ffffff;strokeColor=#cbd5e1;opacity=96;fontFamily=Helvetica;fontSize=12;fontStyle=1;fontColor=#334155;align=center;verticalAlign=middle;spacing=0;" value="interpret turn" vertex="1">
          <mxGeometry height="18" width="113" x="943.5" y="323" as="geometry" />
        </mxCell>
        <mxCell id="label-final" parent="1" style="rounded=1;whiteSpace=wrap;html=1;arcSize=45;fillColor=#ffffff;strokeColor=#cbd5e1;opacity=96;fontFamily=Helvetica;fontSize=12;fontStyle=1;fontColor=#334155;align=center;verticalAlign=middle;spacing=0;" value="final" vertex="1">
-           <mxGeometry height="18" width="50" x="719" y="603" as="geometry" />
-         </mxCell>
-         <mxCell id="label-ordinary-tools" parent="1" style="rounded=1;whiteSpace=wrap;html=1;arcSize=45;fillColor=#ffffff;strokeColor=#86efac;opacity=96;fontFamily=Helvetica;fontSize=12;fontStyle=1;fontColor=#334155;align=center;verticalAlign=middle;spacing=0;" value="ordinary tools" vertex="1">
-           <mxGeometry height="18" width="113" x="467.5" y="485" as="geometry" />
+           <mxGeometry height="18" width="50" x="856" y="643" as="geometry" />
+         </mxCell>
+         <mxCell id="label-ordinary-tools" parent="1" style="rounded=1;whiteSpace=wrap;html=1;arcSize=45;fillColor=#ffffff;strokeColor=#86efac;opacity=96;fontFamily=Helvetica;fontSize=12;fontStyle=1;fontColor=#334155;align=center;verticalAlign=middle;spacing=0;" value="no approval" vertex="1">
+           <mxGeometry height="18" width="96" x="247" y="584" as="geometry" />
+         </mxCell>
+         <mxCell id="label-approval-required" parent="1" style="rounded=1;whiteSpace=wrap;html=1;arcSize=45;fillColor=#ffffff;strokeColor=#fdba74;opacity=96;fontFamily=Helvetica;fontSize=12;fontStyle=1;fontColor=#334155;align=center;verticalAlign=middle;spacing=0;" value="requires approval" vertex="1">
+           <mxGeometry height="18" width="125" x="422" y="601" as="geometry" />
+         </mxCell>
+         <mxCell id="label-tool-batch" parent="1" style="rounded=1;whiteSpace=wrap;html=1;arcSize=45;fillColor=#ffffff;strokeColor=#fdba74;opacity=96;fontFamily=Helvetica;fontSize=12;fontStyle=1;fontColor=#334155;align=center;verticalAlign=middle;spacing=0;" value="tool batch" vertex="1">
+           <mxGeometry height="18" width="82" x="520" y="488" as="geometry" />
        </mxCell>
        <mxCell id="label-schema-retry" parent="1" style="rounded=1;whiteSpace=wrap;html=1;arcSize=45;fillColor=#ffffff;strokeColor=#fca5a5;opacity=96;fontFamily=Helvetica;fontSize=12;fontStyle=1;fontColor=#334155;align=center;verticalAlign=middle;spacing=0;" value="schema retry" vertex="1">
-           <mxGeometry height="18" width="99" x="909.5" y="485" as="geometry" />
+           <mxGeometry height="18" width="99" x="918" y="485" as="geometry" />
        </mxCell>
        <mxCell id="label-tool-next" parent="1" style="rounded=1;whiteSpace=wrap;html=1;arcSize=45;fillColor=#ffffff;strokeColor=#86efac;opacity=96;fontFamily=Helvetica;fontSize=12;fontStyle=1;fontColor=#334155;align=center;verticalAlign=middle;spacing=0;" value="next iteration" vertex="1">
-           <mxGeometry height="18" width="113" x="433.5" y="401" as="geometry" />
+           <mxGeometry height="18" width="113" x="362" y="394" as="geometry" />
        </mxCell>
        <mxCell id="label-budget-remains" parent="1" style="rounded=1;whiteSpace=wrap;html=1;arcSize=45;fillColor=#ffffff;strokeColor=#fca5a5;opacity=96;fontFamily=Helvetica;fontSize=12;fontStyle=1;fontColor=#334155;align=center;verticalAlign=middle;spacing=0;" value="budget remains" vertex="1">
-           <mxGeometry height="18" width="113" x="1203.5" y="623" as="geometry" />
+           <mxGeometry height="18" width="113" x="1413.5" y="683" as="geometry" />
        </mxCell>
        <mxCell id="label-no-retry" parent="1" style="rounded=1;whiteSpace=wrap;html=1;arcSize=45;fillColor=#ffffff;strokeColor=#fca5a5;opacity=96;fontFamily=Helvetica;fontSize=12;fontStyle=1;fontColor=#334155;align=center;verticalAlign=middle;spacing=0;" value="no retry" vertex="1">
-           <mxGeometry height="18" width="71" x="1004.5" y="651" as="geometry" />
+           <mxGeometry height="18" width="71" x="1124.5" y="665" as="geometry" />
        </mxCell>
        <mxCell id="label-retry-next" parent="1" style="rounded=1;whiteSpace=wrap;html=1;arcSize=45;fillColor=#ffffff;strokeColor=#fca5a5;opacity=96;fontFamily=Helvetica;fontSize=12;fontStyle=1;fontColor=#334155;align=center;verticalAlign=middle;spacing=0;" value="next iteration" vertex="1">
-           <mxGeometry height="18" width="113" x="1126.5" y="401" as="geometry" />
+           <mxGeometry height="18" width="113" x="1216.5" y="401" as="geometry" />
        </mxCell>
        <mxCell id="event-dot-objects" parent="1" style="ellipse;whiteSpace=wrap;html=1;aspect=fixed;fillColor=#2563eb;strokeColor=none;" value="" vertex="1">
          <mxGeometry height="14" width="14" x="451" y="121" as="geometry" />
        </mxCell>
        <mxCell id="event-dot-advance" parent="1" style="ellipse;whiteSpace=wrap;html=1;aspect=fixed;fillColor=#2563eb;strokeColor=none;" value="" vertex="1">
          <mxGeometry height="14" width="14" x="1019" y="115" as="geometry" />
        </mxCell>
        <mxCell id="event-dot-turn" parent="1" style="ellipse;whiteSpace=wrap;html=1;aspect=fixed;fillColor=#2563eb;strokeColor=none;" value="" vertex="1">
          <mxGeometry height="14" width="14" x="1431" y="129" as="geometry" />
        </mxCell>
        <mxCell id="event-dot-tools" parent="1" style="ellipse;whiteSpace=wrap;html=1;aspect=fixed;fillColor=#2563eb;strokeColor=none;" value="" vertex="1">
-           <mxGeometry height="14" width="14" x="569" y="513" as="geometry" />
+           <mxGeometry height="14" width="14" x="439" y="628" as="geometry" />
        </mxCell>
        <mxCell id="event-dot-retry" parent="1" style="ellipse;whiteSpace=wrap;html=1;aspect=fixed;fillColor=#2563eb;strokeColor=none;" value="" vertex="1">
-           <mxGeometry height="14" width="14" x="1096" y="526" as="geometry" />
+           <mxGeometry height="14" width="14" x="1216" y="526" as="geometry" />
        </mxCell>
        <mxCell id="event-dot-final" parent="1" style="ellipse;whiteSpace=wrap;html=1;aspect=fixed;fillColor=#2563eb;strokeColor=none;" value="" vertex="1">
-           <mxGeometry height="14" width="14" x="832" y="643" as="geometry" />
+           <mxGeometry height="14" width="14" x="1083" y="713" as="geometry" />
+         </mxCell>
+         <mxCell id="event-dot-approval-pause" parent="1" style="ellipse;whiteSpace=wrap;html=1;aspect=fixed;fillColor=#2563eb;strokeColor=none;" value="" vertex="1">
+           <mxGeometry height="14" width="14" x="853" y="698" as="geometry" />
        </mxCell>
        <mxCell id="event-dot-stop" parent="1" style="ellipse;whiteSpace=wrap;html=1;aspect=fixed;fillColor=#2563eb;strokeColor=none;" value="" vertex="1">
-           <mxGeometry height="14" width="14" x="1123" y="683" as="geometry" />
+           <mxGeometry height="14" width="14" x="1303" y="743" as="geometry" />
        </mxCell>
      </root>
    </mxGraphModel>
  </diagram>
</mxfile>
